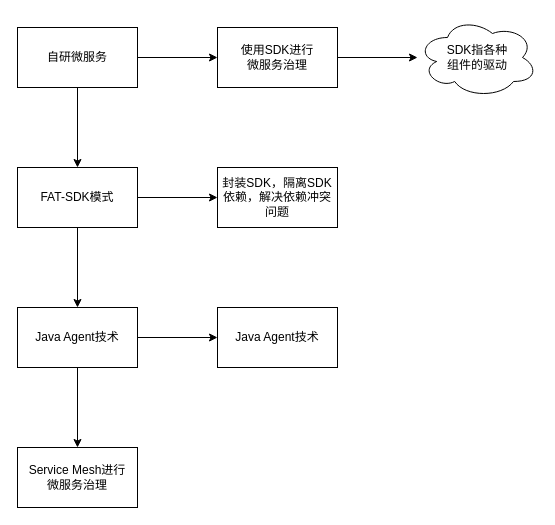
The draw.io diagram 微服务治理技术-阿里.drawio in stephenZkang/diagrams, before the edit. Source tidied: cells renumbered, new cells numbered last; positions are measured from the earlier drawing's top-left corner, leaving out a move shared by most shapes. Both pictures are drawn from the tidied source at 100%, with x=0, y=0 at pixel (17, 17).
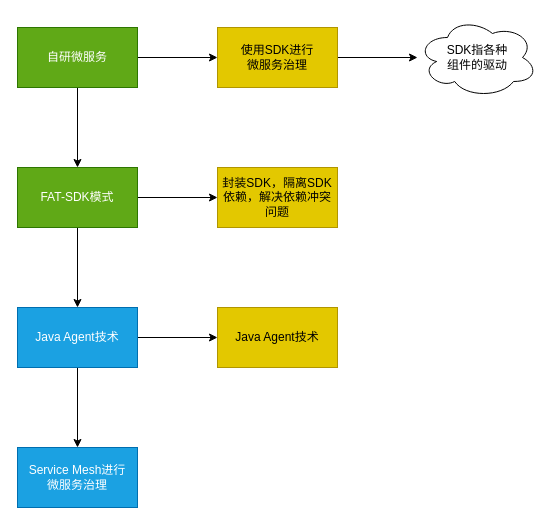
After the change.

Commit message (it also covers changes not shown here):
更新微服务治理技术-阿里.drawio

Change to the diagram source:
```diff
@@
 <mxGraphModel>
   <root>
     <mxCell id="0" />
     <mxCell id="1" parent="0" />
     <mxCell id="2" style="edgeStyle=orthogonalEdgeStyle;rounded=0;jettySize=auto;html=1;" parent="1" edge="1" source="4" target="7">
       <mxGeometry relative="1" as="geometry" />
     </mxCell>
     <mxCell id="3" style="edgeStyle=orthogonalEdgeStyle;rounded=0;jettySize=auto;html=1;" parent="1" edge="1" source="4" target="12">
       <mxGeometry relative="1" as="geometry" />
     </mxCell>
-    <mxCell id="4" value="自研微服务" style="rounded=0;whiteSpace=wrap;html=1;" parent="1" vertex="1">
+    <mxCell id="4" value="自研微服务" style="rounded=0;whiteSpace=wrap;html=1;fillColor=#60a917;fontColor=#ffffff;strokeColor=#2D7600;" parent="1" vertex="1">
       <mxGeometry y="10" width="120" height="60" as="geometry" />
     </mxCell>
     <mxCell id="5" style="edgeStyle=orthogonalEdgeStyle;rounded=0;jettySize=auto;html=1;" parent="1" edge="1" source="7" target="10">
       <mxGeometry relative="1" as="geometry" />
     </mxCell>
     <mxCell id="6" style="edgeStyle=orthogonalEdgeStyle;rounded=0;jettySize=auto;html=1;" parent="1" edge="1" source="7" target="14">
       <mxGeometry relative="1" as="geometry" />
     </mxCell>
-    <mxCell id="7" value="FAT-SDK模式" style="rounded=0;whiteSpace=wrap;html=1;" parent="1" vertex="1">
+    <mxCell id="7" value="FAT-SDK模式" style="rounded=0;whiteSpace=wrap;html=1;fillColor=#60a917;fontColor=#ffffff;strokeColor=#2D7600;" parent="1" vertex="1">
       <mxGeometry y="150" width="120" height="60" as="geometry" />
     </mxCell>
     <mxCell id="8" style="edgeStyle=orthogonalEdgeStyle;rounded=0;jettySize=auto;html=1;" parent="1" edge="1" source="10" target="15">
       <mxGeometry relative="1" as="geometry" />
     </mxCell>
     <mxCell id="9" style="edgeStyle=orthogonalEdgeStyle;rounded=0;jettySize=auto;html=1;" parent="1" edge="1" source="10" target="16">
       <mxGeometry relative="1" as="geometry" />
     </mxCell>
-    <mxCell id="10" value="Java Agent技术" style="rounded=0;whiteSpace=wrap;html=1;" parent="1" vertex="1">
+    <mxCell id="10" value="Java Agent技术" style="rounded=0;whiteSpace=wrap;html=1;fillColor=#1ba1e2;fontColor=#ffffff;strokeColor=#006EAF;" parent="1" vertex="1">
       <mxGeometry y="290" width="120" height="60" as="geometry" />
     </mxCell>
     <mxCell id="11" style="edgeStyle=orthogonalEdgeStyle;rounded=0;jettySize=auto;html=1;" parent="1" edge="1" source="12" target="13">
       <mxGeometry relative="1" as="geometry" />
     </mxCell>
-    <mxCell id="12" value="使用SDK进行&lt;br&gt;微服务治理" style="rounded=0;whiteSpace=wrap;html=1;" parent="1" vertex="1">
+    <mxCell id="12" value="使用SDK进行&lt;br&gt;微服务治理" style="rounded=0;whiteSpace=wrap;html=1;fillColor=#e3c800;fontColor=#000000;strokeColor=#B09500;" parent="1" vertex="1">
       <mxGeometry x="200" y="10" width="120" height="60" as="geometry" />
     </mxCell>
     <mxCell id="13" value="SDK指各种&lt;br&gt;组件的驱动" style="ellipse;shape=cloud;whiteSpace=wrap;html=1;rounded=0;" parent="1" vertex="1">
       <mxGeometry x="400" width="120" height="80" as="geometry" />
     </mxCell>
-    <mxCell id="14" value="封装SDK，隔离SDK依赖，解决依赖冲突问题" style="rounded=0;whiteSpace=wrap;html=1;" parent="1" vertex="1">
+    <mxCell id="14" value="封装SDK，隔离SDK依赖，解决依赖冲突问题" style="rounded=0;whiteSpace=wrap;html=1;fillColor=#e3c800;fontColor=#000000;strokeColor=#B09500;" parent="1" vertex="1">
       <mxGeometry x="200" y="150" width="120" height="60" as="geometry" />
     </mxCell>
-    <mxCell id="15" value="Java Agent技术" style="rounded=0;whiteSpace=wrap;html=1;" parent="1" vertex="1">
+    <mxCell id="15" value="Java Agent技术" style="rounded=0;whiteSpace=wrap;html=1;fillColor=#e3c800;fontColor=#000000;strokeColor=#B09500;" parent="1" vertex="1">
       <mxGeometry x="200" y="290" width="120" height="60" as="geometry" />
     </mxCell>
-    <mxCell id="16" value="Service Mesh进行&lt;br&gt;微服务治理" style="rounded=0;whiteSpace=wrap;html=1;" parent="1" vertex="1">
+    <mxCell id="16" value="Service Mesh进行&lt;br&gt;微服务治理" style="rounded=0;whiteSpace=wrap;html=1;fillColor=#1ba1e2;fontColor=#ffffff;strokeColor=#006EAF;" parent="1" vertex="1">
       <mxGeometry y="430" width="120" height="60" as="geometry" />
     </mxCell>
   </root>
 </mxGraphModel>
```
